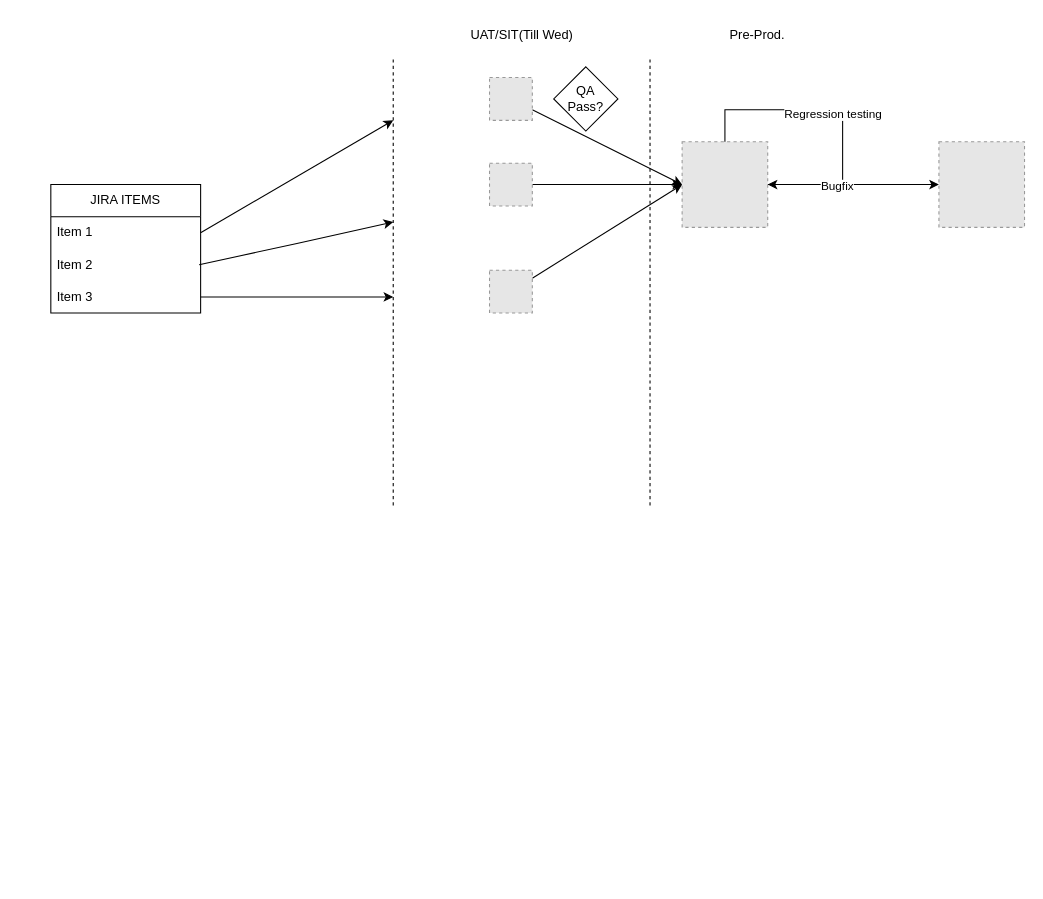
This is page "Page-2" (2 of 2) of Untitled Diagram.drawio from kittunotes/devops_architecture, a draw.io file, before an edit. Source tidied: cells renumbered, new cells numbered last; positions are measured from the earlier drawing's top-left corner, leaving out a move shared by most shapes. Both pictures are drawn from the tidied source at 107%, with x=0, y=0 at pixel (50, 18). Pictures stored in the file or linked from it are replaced by grey dashed boxes.
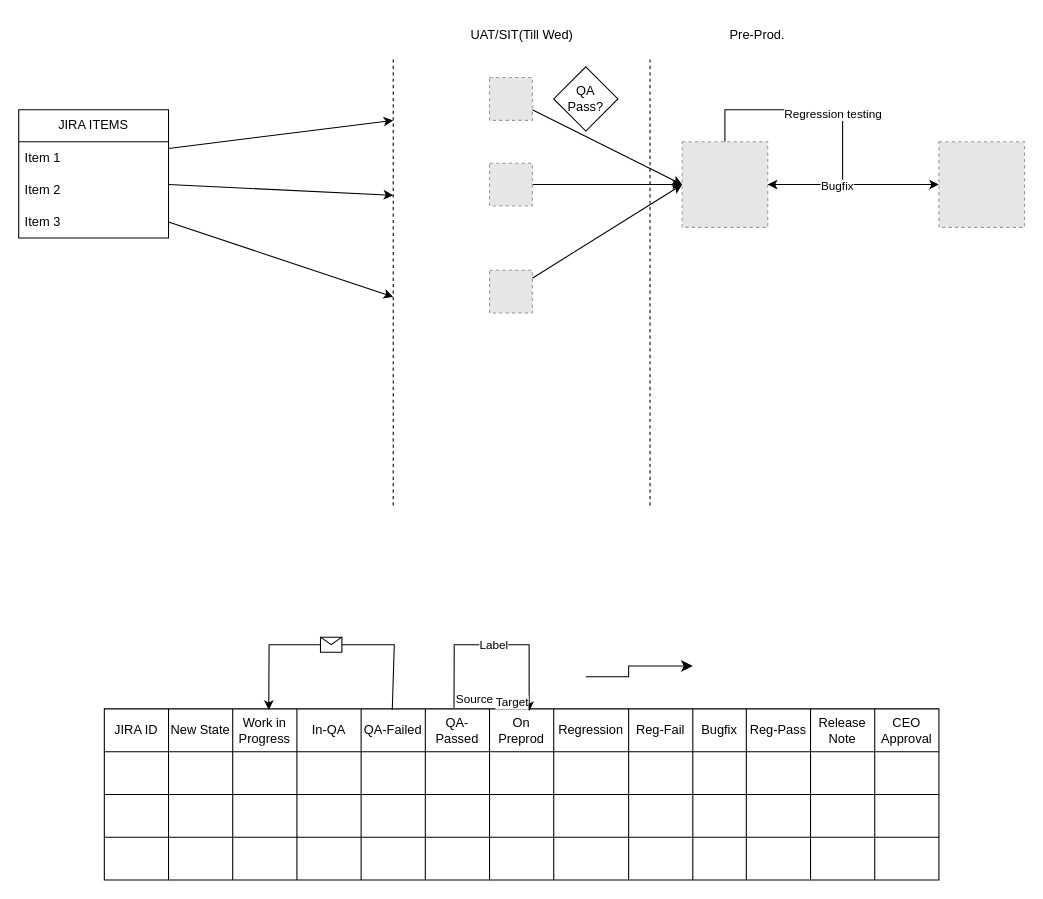
The same page after the edit.

Unchanged cells that the change refers to:
```xml
<mxCell id="3" value="Item 1" style="text;strokeColor=none;fillColor=none;align=left;verticalAlign=middle;spacingLeft=4;spacingRight=4;overflow=hidden;points=[[0,0.5],[1,0.5]];portConstraint=eastwest;whiteSpace=wrap;html=1;" parent="2" vertex="1">
  <mxGeometry y="30" width="140" height="30" as="geometry" />
</mxCell>
<mxCell id="5" value="Item 3" style="text;strokeColor=none;fillColor=none;align=left;verticalAlign=middle;spacingLeft=4;spacingRight=4;overflow=hidden;points=[[0,0.5],[1,0.5]];portConstraint=eastwest;whiteSpace=wrap;html=1;" parent="2" vertex="1">
  <mxGeometry y="90" width="140" height="30" as="geometry" />
</mxCell>
```

The edit, as a diff of the source:
```diff
@@
     <mxCell id="2" value="JIRA ITEMS" style="swimlane;fontStyle=0;horizontal=1;startSize=30;whiteSpace=wrap;html=1;" parent="1" vertex="1">
-      <mxGeometry y="155" width="140" height="120" as="geometry" />
+      <mxGeometry x="-30" y="85" width="140" height="120" as="geometry" />
     </mxCell>
@@
-    <mxCell id="10" style="edgeStyle=none;rounded=0;jettySize=auto;html=1;exitX=1;exitY=0.5;exitDx=0;exitDy=0;" parent="1" edge="1" source="3">
+    <mxCell id="10" style="edgeStyle=none;rounded=0;jettySize=auto;html=1;" parent="1" edge="1" source="3">
       <mxGeometry relative="1" as="geometry">
         <mxPoint x="320" y="95" as="targetPoint" />
       </mxGeometry>
     </mxCell>
     <mxCell id="11" style="edgeStyle=none;rounded=0;orthogonalLoop=1;jettySize=auto;html=1;" parent="1" edge="1">
       <mxGeometry relative="1" as="geometry">
-        <mxPoint x="138.6" y="230" as="sourcePoint" />
-        <mxPoint x="320" y="190" as="targetPoint" />
-        <Array as="points">
-          <mxPoint x="230" y="210" />
-        </Array>
+        <mxPoint x="110" y="155" as="sourcePoint" />
+        <mxPoint x="320" y="165" as="targetPoint" />
       </mxGeometry>
     </mxCell>
-    <mxCell id="12" style="edgeStyle=none;rounded=0;jettySize=auto;html=1;" parent="1" edge="1" source="5">
+    <mxCell id="12" style="edgeStyle=none;rounded=0;jettySize=auto;html=1;exitX=1;exitY=0.5;exitDx=0;exitDy=0;" parent="1" edge="1" source="5">
       <mxGeometry relative="1" as="geometry">
         <mxPoint x="320" y="260" as="targetPoint" />
       </mxGeometry>
     </mxCell>
@@
+    <mxCell id="26" style="shape=table;startSize=0;childLayout=tableLayout;" parent="1" vertex="1">
+      <mxGeometry x="50" y="645" width="780" height="160" as="geometry" />
+    </mxCell>
+    <mxCell id="27" style="shape=tableRow;horizontal=0;startSize=0;swimlaneHead=0;swimlaneBody=0;strokeColor=inherit;top=0;left=0;bottom=0;right=0;fillColor=none;points=[[0,0.5],[1,0.5]];portConstraint=eastwest;" parent="26" vertex="1">
+      <mxGeometry width="780" height="40" as="geometry" />
+    </mxCell>
+    <mxCell id="28" value="JIRA ID" style="shape=partialRectangle;html=1;whiteSpace=wrap;strokeColor=inherit;overflow=hidden;fillColor=none;top=0;left=0;bottom=0;right=0;" parent="27" vertex="1">
+      <mxGeometry width="60" height="40" as="geometry" />
+    </mxCell>
+    <mxCell id="29" value="New State" style="shape=partialRectangle;html=1;whiteSpace=wrap;strokeColor=inherit;overflow=hidden;fillColor=none;top=0;left=0;bottom=0;right=0;" parent="27" vertex="1">
+      <mxGeometry x="60" width="60" height="40" as="geometry" />
+    </mxCell>
+    <mxCell id="30" value="Work in Progress" style="shape=partialRectangle;html=1;whiteSpace=wrap;strokeColor=inherit;overflow=hidden;fillColor=none;top=0;left=0;bottom=0;right=0;" parent="27" vertex="1">
+      <mxGeometry x="120" width="60" height="40" as="geometry" />
+    </mxCell>
+    <mxCell id="31" value="In-QA" style="shape=partialRectangle;html=1;whiteSpace=wrap;strokeColor=inherit;overflow=hidden;fillColor=none;top=0;left=0;bottom=0;right=0;" parent="27" vertex="1">
+      <mxGeometry x="180" width="60" height="40" as="geometry" />
+    </mxCell>
+    <mxCell id="32" value="QA-Failed" style="shape=partialRectangle;html=1;whiteSpace=wrap;strokeColor=inherit;overflow=hidden;fillColor=none;top=0;left=0;bottom=0;right=0;" parent="27" vertex="1">
+      <mxGeometry x="240" width="60" height="40" as="geometry" />
+    </mxCell>
+    <mxCell id="33" value="QA-Passed" style="shape=partialRectangle;html=1;whiteSpace=wrap;strokeColor=inherit;overflow=hidden;fillColor=none;top=0;left=0;bottom=0;right=0;" parent="27" vertex="1">
+      <mxGeometry x="300" width="60" height="40" as="geometry" />
+    </mxCell>
+    <mxCell id="34" value="On Preprod" style="shape=partialRectangle;html=1;whiteSpace=wrap;strokeColor=inherit;overflow=hidden;fillColor=none;top=0;left=0;bottom=0;right=0;" parent="27" vertex="1">
+      <mxGeometry x="360" width="60" height="40" as="geometry" />
+    </mxCell>
+    <mxCell id="35" value="Regression" style="shape=partialRectangle;html=1;whiteSpace=wrap;strokeColor=inherit;overflow=hidden;fillColor=none;top=0;left=0;bottom=0;right=0;" parent="27" vertex="1">
+      <mxGeometry x="420" width="70" height="40" as="geometry" />
+    </mxCell>
+    <mxCell id="36" value="Reg-Fail" style="shape=partialRectangle;html=1;whiteSpace=wrap;strokeColor=inherit;overflow=hidden;fillColor=none;top=0;left=0;bottom=0;right=0;" parent="27" vertex="1">
+      <mxGeometry x="490" width="60" height="40" as="geometry" />
+    </mxCell>
+    <mxCell id="37" value="Bugfix" style="shape=partialRectangle;html=1;whiteSpace=wrap;strokeColor=inherit;overflow=hidden;fillColor=none;top=0;left=0;bottom=0;right=0;" parent="27" vertex="1">
+      <mxGeometry x="550" width="50" height="40" as="geometry" />
+    </mxCell>
+    <mxCell id="38" value="Reg-Pass" style="shape=partialRectangle;html=1;whiteSpace=wrap;strokeColor=inherit;overflow=hidden;fillColor=none;top=0;left=0;bottom=0;right=0;" parent="27" vertex="1">
+      <mxGeometry x="600" width="60" height="40" as="geometry" />
+    </mxCell>
+    <mxCell id="39" value="Release Note" style="shape=partialRectangle;html=1;whiteSpace=wrap;strokeColor=inherit;overflow=hidden;fillColor=none;top=0;left=0;bottom=0;right=0;" parent="27" vertex="1">
+      <mxGeometry x="660" width="60" height="40" as="geometry" />
+    </mxCell>
+    <mxCell id="40" value="CEO Approval" style="shape=partialRectangle;html=1;whiteSpace=wrap;strokeColor=inherit;overflow=hidden;fillColor=none;top=0;left=0;bottom=0;right=0;" parent="27" vertex="1">
+      <mxGeometry x="720" width="60" height="40" as="geometry" />
+    </mxCell>
+    <mxCell id="41" style="shape=tableRow;horizontal=0;startSize=0;swimlaneHead=0;swimlaneBody=0;strokeColor=inherit;top=0;left=0;bottom=0;right=0;fillColor=none;" parent="26" vertex="1">
+      <mxGeometry y="40" width="780" height="40" as="geometry" />
+    </mxCell>
+    <mxCell id="42" style="shape=partialRectangle;html=1;whiteSpace=wrap;strokeColor=inherit;overflow=hidden;fillColor=none;top=0;left=0;bottom=0;right=0;" parent="41" vertex="1">
+      <mxGeometry width="60" height="40" as="geometry" />
+    </mxCell>
+    <mxCell id="43" style="shape=partialRectangle;html=1;whiteSpace=wrap;strokeColor=inherit;overflow=hidden;fillColor=none;top=0;left=0;bottom=0;right=0;" parent="41" vertex="1">
+      <mxGeometry x="60" width="60" height="40" as="geometry" />
+    </mxCell>
+    <mxCell id="44" style="shape=partialRectangle;html=1;whiteSpace=wrap;strokeColor=inherit;overflow=hidden;fillColor=none;top=0;left=0;bottom=0;right=0;" parent="41" vertex="1">
+      <mxGeometry x="120" width="60" height="40" as="geometry" />
+    </mxCell>
+    <mxCell id="45" style="shape=partialRectangle;html=1;whiteSpace=wrap;strokeColor=inherit;overflow=hidden;fillColor=none;top=0;left=0;bottom=0;right=0;" parent="41" vertex="1">
+      <mxGeometry x="180" width="60" height="40" as="geometry" />
+    </mxCell>
+    <mxCell id="46" style="shape=partialRectangle;html=1;whiteSpace=wrap;strokeColor=inherit;overflow=hidden;fillColor=none;top=0;left=0;bottom=0;right=0;" parent="41" vertex="1">
+      <mxGeometry x="240" width="60" height="40" as="geometry" />
+    </mxCell>
+    <mxCell id="47" style="shape=partialRectangle;html=1;whiteSpace=wrap;strokeColor=inherit;overflow=hidden;fillColor=none;top=0;left=0;bottom=0;right=0;" parent="41" vertex="1">
+      <mxGeometry x="300" width="60" height="40" as="geometry" />
+    </mxCell>
+    <mxCell id="48" style="shape=partialRectangle;html=1;whiteSpace=wrap;strokeColor=inherit;overflow=hidden;fillColor=none;top=0;left=0;bottom=0;right=0;" parent="41" vertex="1">
+      <mxGeometry x="360" width="60" height="40" as="geometry" />
+    </mxCell>
+    <mxCell id="49" style="shape=partialRectangle;html=1;whiteSpace=wrap;strokeColor=inherit;overflow=hidden;fillColor=none;top=0;left=0;bottom=0;right=0;" parent="41" vertex="1">
+      <mxGeometry x="420" width="70" height="40" as="geometry" />
+    </mxCell>
+    <mxCell id="50" style="shape=partialRectangle;html=1;whiteSpace=wrap;strokeColor=inherit;overflow=hidden;fillColor=none;top=0;left=0;bottom=0;right=0;" parent="41" vertex="1">
+      <mxGeometry x="490" width="60" height="40" as="geometry" />
+    </mxCell>
+    <mxCell id="51" style="shape=partialRectangle;html=1;whiteSpace=wrap;strokeColor=inherit;overflow=hidden;fillColor=none;top=0;left=0;bottom=0;right=0;" parent="41" vertex="1">
+      <mxGeometry x="550" width="50" height="40" as="geometry" />
+    </mxCell>
+    <mxCell id="52" style="shape=partialRectangle;html=1;whiteSpace=wrap;strokeColor=inherit;overflow=hidden;fillColor=none;top=0;left=0;bottom=0;right=0;" parent="41" vertex="1">
+      <mxGeometry x="600" width="60" height="40" as="geometry" />
+    </mxCell>
+    <mxCell id="53" style="shape=partialRectangle;html=1;whiteSpace=wrap;strokeColor=inherit;overflow=hidden;fillColor=none;top=0;left=0;bottom=0;right=0;" parent="41" vertex="1">
+      <mxGeometry x="660" width="60" height="40" as="geometry" />
+    </mxCell>
+    <mxCell id="54" style="shape=partialRectangle;html=1;whiteSpace=wrap;strokeColor=inherit;overflow=hidden;fillColor=none;top=0;left=0;bottom=0;right=0;" parent="41" vertex="1">
+      <mxGeometry x="720" width="60" height="40" as="geometry" />
+    </mxCell>
+    <mxCell id="55" style="shape=tableRow;horizontal=0;startSize=0;swimlaneHead=0;swimlaneBody=0;strokeColor=inherit;top=0;left=0;bottom=0;right=0;fillColor=none;" parent="26" vertex="1">
+      <mxGeometry y="80" width="780" height="40" as="geometry" />
+    </mxCell>
+    <mxCell id="56" style="shape=partialRectangle;html=1;whiteSpace=wrap;strokeColor=inherit;overflow=hidden;fillColor=none;top=0;left=0;bottom=0;right=0;" parent="55" vertex="1">
+      <mxGeometry width="60" height="40" as="geometry" />
+    </mxCell>
+    <mxCell id="57" style="shape=partialRectangle;html=1;whiteSpace=wrap;strokeColor=inherit;overflow=hidden;fillColor=none;top=0;left=0;bottom=0;right=0;" parent="55" vertex="1">
+      <mxGeometry x="60" width="60" height="40" as="geometry" />
+    </mxCell>
+    <mxCell id="58" style="shape=partialRectangle;html=1;whiteSpace=wrap;strokeColor=inherit;overflow=hidden;fillColor=none;top=0;left=0;bottom=0;right=0;" parent="55" vertex="1">
+      <mxGeometry x="120" width="60" height="40" as="geometry" />
+    </mxCell>
+    <mxCell id="59" style="shape=partialRectangle;html=1;whiteSpace=wrap;strokeColor=inherit;overflow=hidden;fillColor=none;top=0;left=0;bottom=0;right=0;" parent="55" vertex="1">
+      <mxGeometry x="180" width="60" height="40" as="geometry" />
+    </mxCell>
+    <mxCell id="60" style="shape=partialRectangle;html=1;whiteSpace=wrap;strokeColor=inherit;overflow=hidden;fillColor=none;top=0;left=0;bottom=0;right=0;" parent="55" vertex="1">
+      <mxGeometry x="240" width="60" height="40" as="geometry" />
+    </mxCell>
+    <mxCell id="61" style="shape=partialRectangle;html=1;whiteSpace=wrap;strokeColor=inherit;overflow=hidden;fillColor=none;top=0;left=0;bottom=0;right=0;" parent="55" vertex="1">
+      <mxGeometry x="300" width="60" height="40" as="geometry" />
+    </mxCell>
+    <mxCell id="62" style="shape=partialRectangle;html=1;whiteSpace=wrap;strokeColor=inherit;overflow=hidden;fillColor=none;top=0;left=0;bottom=0;right=0;" parent="55" vertex="1">
+      <mxGeometry x="360" width="60" height="40" as="geometry" />
+    </mxCell>
+    <mxCell id="63" style="shape=partialRectangle;html=1;whiteSpace=wrap;strokeColor=inherit;overflow=hidden;fillColor=none;top=0;left=0;bottom=0;right=0;" parent="55" vertex="1">
+      <mxGeometry x="420" width="70" height="40" as="geometry" />
+    </mxCell>
+    <mxCell id="64" style="shape=partialRectangle;html=1;whiteSpace=wrap;strokeColor=inherit;overflow=hidden;fillColor=none;top=0;left=0;bottom=0;right=0;" parent="55" vertex="1">
+      <mxGeometry x="490" width="60" height="40" as="geometry" />
+    </mxCell>
+    <mxCell id="65" style="shape=partialRectangle;html=1;whiteSpace=wrap;strokeColor=inherit;overflow=hidden;fillColor=none;top=0;left=0;bottom=0;right=0;" parent="55" vertex="1">
+      <mxGeometry x="550" width="50" height="40" as="geometry" />
+    </mxCell>
+    <mxCell id="66" style="shape=partialRectangle;html=1;whiteSpace=wrap;strokeColor=inherit;overflow=hidden;fillColor=none;top=0;left=0;bottom=0;right=0;" parent="55" vertex="1">
+      <mxGeometry x="600" width="60" height="40" as="geometry" />
+    </mxCell>
+    <mxCell id="67" style="shape=partialRectangle;html=1;whiteSpace=wrap;strokeColor=inherit;overflow=hidden;fillColor=none;top=0;left=0;bottom=0;right=0;" parent="55" vertex="1">
+      <mxGeometry x="660" width="60" height="40" as="geometry" />
+    </mxCell>
+    <mxCell id="68" style="shape=partialRectangle;html=1;whiteSpace=wrap;strokeColor=inherit;overflow=hidden;fillColor=none;top=0;left=0;bottom=0;right=0;" parent="55" vertex="1">
+      <mxGeometry x="720" width="60" height="40" as="geometry" />
+    </mxCell>
+    <mxCell id="69" style="shape=tableRow;horizontal=0;startSize=0;swimlaneHead=0;swimlaneBody=0;strokeColor=inherit;top=0;left=0;bottom=0;right=0;fillColor=none;" parent="26" vertex="1">
+      <mxGeometry y="120" width="780" height="40" as="geometry" />
+    </mxCell>
+    <mxCell id="70" style="shape=partialRectangle;html=1;whiteSpace=wrap;strokeColor=inherit;overflow=hidden;fillColor=none;top=0;left=0;bottom=0;right=0;" parent="69" vertex="1">
+      <mxGeometry width="60" height="40" as="geometry" />
+    </mxCell>
+    <mxCell id="71" style="shape=partialRectangle;html=1;whiteSpace=wrap;strokeColor=inherit;overflow=hidden;fillColor=none;top=0;left=0;bottom=0;right=0;" parent="69" vertex="1">
+      <mxGeometry x="60" width="60" height="40" as="geometry" />
+    </mxCell>
+    <mxCell id="72" style="shape=partialRectangle;html=1;whiteSpace=wrap;strokeColor=inherit;overflow=hidden;fillColor=none;top=0;left=0;bottom=0;right=0;" parent="69" vertex="1">
+      <mxGeometry x="120" width="60" height="40" as="geometry" />
+    </mxCell>
+    <mxCell id="73" style="shape=partialRectangle;html=1;whiteSpace=wrap;strokeColor=inherit;overflow=hidden;fillColor=none;top=0;left=0;bottom=0;right=0;" parent="69" vertex="1">
+      <mxGeometry x="180" width="60" height="40" as="geometry" />
+    </mxCell>
+    <mxCell id="74" style="shape=partialRectangle;html=1;whiteSpace=wrap;strokeColor=inherit;overflow=hidden;fillColor=none;top=0;left=0;bottom=0;right=0;" parent="69" vertex="1">
+      <mxGeometry x="240" width="60" height="40" as="geometry" />
+    </mxCell>
+    <mxCell id="75" style="shape=partialRectangle;html=1;whiteSpace=wrap;strokeColor=inherit;overflow=hidden;fillColor=none;top=0;left=0;bottom=0;right=0;" parent="69" vertex="1">
+      <mxGeometry x="300" width="60" height="40" as="geometry" />
+    </mxCell>
+    <mxCell id="76" style="shape=partialRectangle;html=1;whiteSpace=wrap;strokeColor=inherit;overflow=hidden;fillColor=none;top=0;left=0;bottom=0;right=0;" parent="69" vertex="1">
+      <mxGeometry x="360" width="60" height="40" as="geometry" />
+    </mxCell>
+    <mxCell id="77" style="shape=partialRectangle;html=1;whiteSpace=wrap;strokeColor=inherit;overflow=hidden;fillColor=none;top=0;left=0;bottom=0;right=0;" parent="69" vertex="1">
+      <mxGeometry x="420" width="70" height="40" as="geometry" />
+    </mxCell>
+    <mxCell id="78" style="shape=partialRectangle;html=1;whiteSpace=wrap;strokeColor=inherit;overflow=hidden;fillColor=none;top=0;left=0;bottom=0;right=0;" parent="69" vertex="1">
+      <mxGeometry x="490" width="60" height="40" as="geometry" />
+    </mxCell>
+    <mxCell id="79" style="shape=partialRectangle;html=1;whiteSpace=wrap;strokeColor=inherit;overflow=hidden;fillColor=none;top=0;left=0;bottom=0;right=0;" parent="69" vertex="1">
+      <mxGeometry x="550" width="50" height="40" as="geometry" />
+    </mxCell>
+    <mxCell id="80" style="shape=partialRectangle;html=1;whiteSpace=wrap;strokeColor=inherit;overflow=hidden;fillColor=none;top=0;left=0;bottom=0;right=0;" parent="69" vertex="1">
+      <mxGeometry x="600" width="60" height="40" as="geometry" />
+    </mxCell>
+    <mxCell id="81" style="shape=partialRectangle;html=1;whiteSpace=wrap;strokeColor=inherit;overflow=hidden;fillColor=none;top=0;left=0;bottom=0;right=0;" parent="69" vertex="1">
+      <mxGeometry x="660" width="60" height="40" as="geometry" />
+    </mxCell>
+    <mxCell id="82" style="shape=partialRectangle;html=1;whiteSpace=wrap;strokeColor=inherit;overflow=hidden;fillColor=none;top=0;left=0;bottom=0;right=0;" parent="69" vertex="1">
+      <mxGeometry x="720" width="60" height="40" as="geometry" />
+    </mxCell>
+    <mxCell id="83" style="endArrow=classic;html=1;rounded=0;exitX=0.345;exitY=0.025;exitDx=0;exitDy=0;exitPerimeter=0;entryX=0.197;entryY=0.025;entryDx=0;entryDy=0;entryPerimeter=0;" parent="26" edge="1" source="27" target="27">
+      <mxGeometry relative="1" as="geometry">
+        <Array as="points">
+          <mxPoint x="271" y="-60" />
+          <mxPoint x="154" y="-60" />
+        </Array>
+      </mxGeometry>
+    </mxCell>
+    <mxCell id="84" style="shape=message;html=1;" parent="83" vertex="1">
+      <mxGeometry width="20" height="14" relative="1" as="geometry">
+        <mxPoint x="-10" y="-7" as="offset" />
+      </mxGeometry>
+    </mxCell>
+    <mxCell id="85" style="endArrow=classic;html=1;rounded=0;entryX=0.509;entryY=0.05;entryDx=0;entryDy=0;entryPerimeter=0;exitX=0.419;exitY=-0.025;exitDx=0;exitDy=0;exitPerimeter=0;" parent="26" edge="1" source="27" target="27">
+      <mxGeometry relative="1" as="geometry">
+        <Array as="points">
+          <mxPoint x="327" y="-60" />
+          <mxPoint x="397" y="-60" />
+        </Array>
+      </mxGeometry>
+    </mxCell>
+    <mxCell id="86" value="Label" style="edgeLabel;html=1;align=center;verticalAlign=middle;" parent="85" vertex="1">
+      <mxGeometry relative="1" as="geometry" />
+    </mxCell>
+    <mxCell id="87" value="Source" style="edgeLabel;html=1;align=left;verticalAlign=bottom;" parent="85" vertex="1">
+      <mxGeometry x="-1" relative="1" as="geometry" />
+    </mxCell>
+    <mxCell id="88" value="Target" style="edgeLabel;html=1;align=right;verticalAlign=bottom;" parent="85" vertex="1">
+      <mxGeometry x="1" relative="1" as="geometry" />
+    </mxCell>
+    <mxCell id="89" style="edgeStyle=elbowEdgeStyle;elbow=horizontal;endArrow=classic;html=1;curved=0;rounded=0;endSize=8;startSize=8;" parent="1" edge="1">
+      <mxGeometry relative="1" as="geometry">
+        <mxPoint x="500" y="615" as="sourcePoint" />
+        <mxPoint x="600" y="605" as="targetPoint" />
+        <Array as="points">
+          <mxPoint x="540" y="615" />
+        </Array>
+      </mxGeometry>
+    </mxCell>
```
